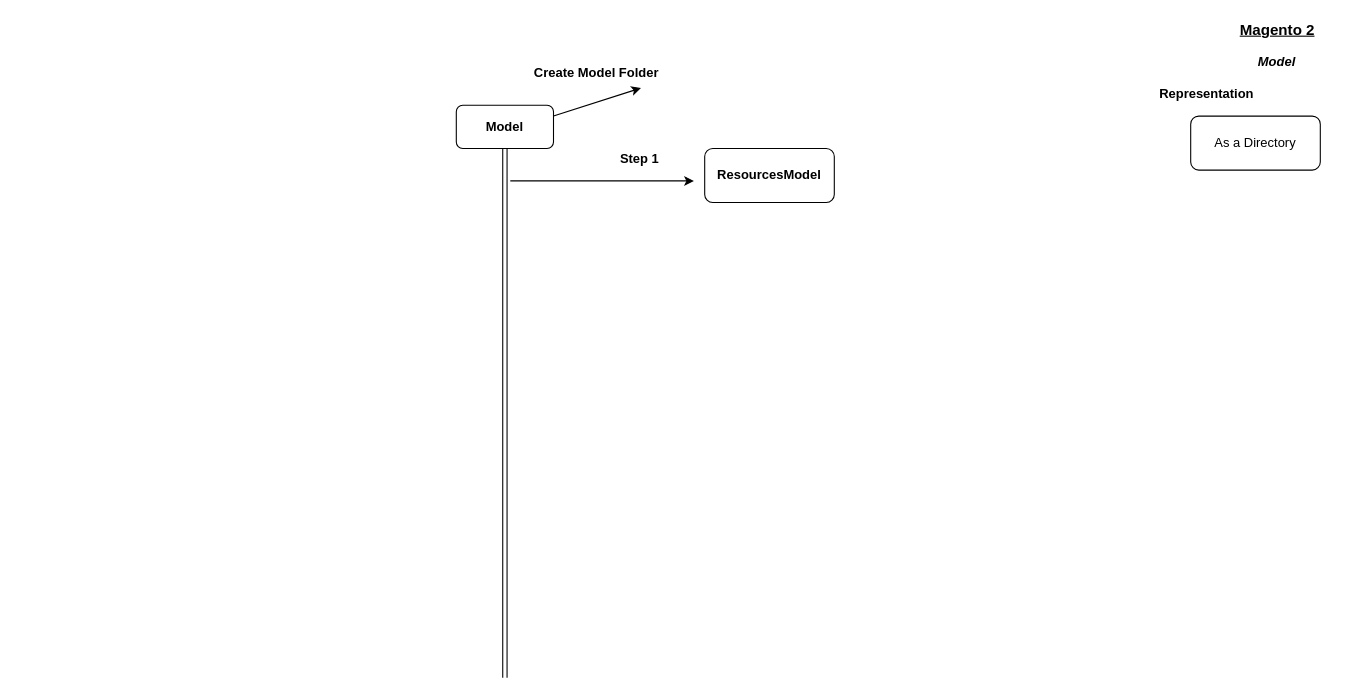
Earlier version of the draw.io diagram Module-Model.drawio (tikam512/M2-Graph-Modules). Source tidied: cells renumbered, new cells numbered last; positions are measured from the earlier drawing's top-left corner, leaving out a move shared by most shapes. Both pictures are drawn from the tidied source at 108%, with x=0, y=0 at pixel (456, 18).
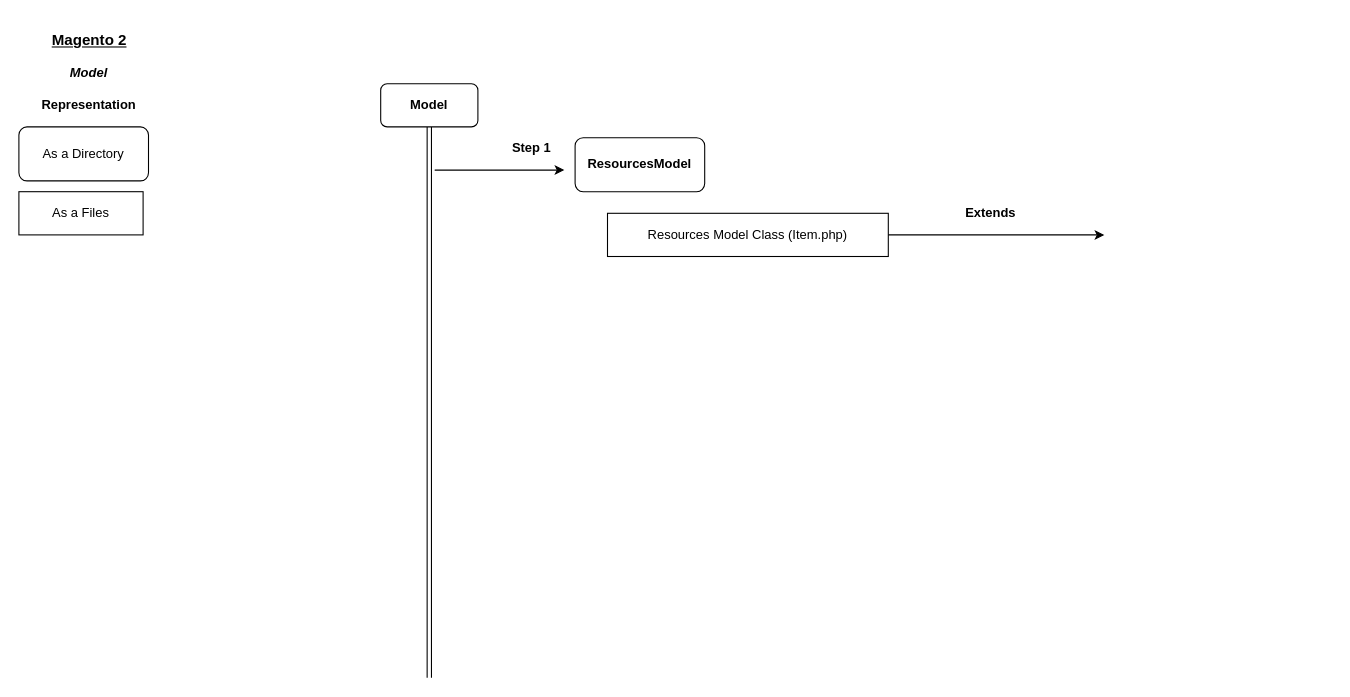
The same page after the edit.

The edit, as a diff of the source:
```diff
@@
 <mxGraphModel>
   <root>
     <mxCell id="0" />
     <mxCell id="1" parent="0" />
     <mxCell id="2" value="&lt;i&gt;&lt;b&gt;Model&lt;/b&gt;&lt;/i&gt;" style="text;html=1;strokeColor=none;fillColor=none;align=center;verticalAlign=middle;whiteSpace=wrap;rounded=0;" parent="1" vertex="1">
-      <mxGeometry x="740" y="30" width="40" height="20" as="geometry" />
+      <mxGeometry x="-360" y="40" width="40" height="20" as="geometry" />
     </mxCell>
     <mxCell id="3" value="&lt;div&gt;&lt;u&gt;&lt;font style=&quot;font-size: 14px&quot;&gt;&lt;b&gt;Magento 2&lt;/b&gt;&lt;/font&gt;&lt;/u&gt;&lt;/div&gt;" style="text;html=1;align=center;verticalAlign=middle;" parent="1" vertex="1">
-      <mxGeometry x="710" width="100" height="20" as="geometry" />
+      <mxGeometry x="-390" y="10" width="100" height="20" as="geometry" />
     </mxCell>
     <mxCell id="4" value="&lt;b&gt;Model&lt;/b&gt;" style="rounded=1;whiteSpace=wrap;html=1;" parent="1" vertex="1">
-      <mxGeometry y="80" width="90" height="40" as="geometry" />
+      <mxGeometry x="-70" y="60" width="90" height="40" as="geometry" />
     </mxCell>
     <mxCell id="5" style="shape=link;html=1;entryX=0.5;entryY=1;entryDx=0;entryDy=0;" parent="1" edge="1" target="4">
       <mxGeometry relative="1" as="geometry">
-        <mxPoint x="45" y="610" as="sourcePoint" />
+        <mxPoint x="-25" y="610" as="sourcePoint" />
       </mxGeometry>
     </mxCell>
     <mxCell id="6" style="endArrow=classic;html=1;" parent="1" edge="1">
       <mxGeometry relative="1" as="geometry">
-        <mxPoint x="50" y="150" as="sourcePoint" />
-        <mxPoint x="220" y="150" as="targetPoint" />
+        <mxPoint x="-20" y="140" as="sourcePoint" />
+        <mxPoint x="100" y="140" as="targetPoint" />
       </mxGeometry>
     </mxCell>
     <mxCell id="7" value="&lt;b&gt;Step 1&lt;/b&gt;" style="text;html=1;strokeColor=none;fillColor=none;align=center;verticalAlign=middle;whiteSpace=wrap;rounded=0;" parent="1" vertex="1">
-      <mxGeometry x="130" y="120" width="80" height="20" as="geometry" />
+      <mxGeometry x="30" y="110" width="80" height="20" as="geometry" />
     </mxCell>
-    <mxCell id="8" value="&lt;b&gt;Create Model Folder&lt;/b&gt;" style="text;html=1;strokeColor=none;fillColor=none;align=center;verticalAlign=middle;whiteSpace=wrap;rounded=0;" parent="1" vertex="1">
-      <mxGeometry x="30" y="40" width="200" height="20" as="geometry" />
-    </mxCell>
-    <mxCell id="9" style="endArrow=classic;html=1;entryX=0.705;entryY=1.2;entryDx=0;entryDy=0;entryPerimeter=0;exitX=1;exitY=0.25;exitDx=0;exitDy=0;" parent="1" edge="1" source="4" target="8">
-      <mxGeometry relative="1" as="geometry" />
-    </mxCell>
     <mxCell id="10" value="&lt;b&gt;ResourcesModel&lt;/b&gt;" style="rounded=1;whiteSpace=wrap;html=1;" parent="1" vertex="1">
-      <mxGeometry x="230" y="120" width="120" height="50" as="geometry" />
+      <mxGeometry x="110" y="110" width="120" height="50" as="geometry" />
     </mxCell>
     <mxCell id="11" style="edgeStyle=orthogonalEdgeStyle;rounded=0;orthogonalLoop=1;jettySize=auto;html=1;exitX=0.5;exitY=1;exitDx=0;exitDy=0;" parent="1" edge="1" source="10" target="10">
       <mxGeometry relative="1" as="geometry" />
     </mxCell>
     <mxCell id="12" value="&lt;b&gt;Representation&lt;/b&gt;" style="text;html=1;strokeColor=none;fillColor=none;align=center;verticalAlign=middle;whiteSpace=wrap;rounded=0;" parent="1" vertex="1">
-      <mxGeometry x="630" y="60" width="130" height="20" as="geometry" />
+      <mxGeometry x="-405" y="70" width="130" height="20" as="geometry" />
     </mxCell>
     <mxCell id="13" value="&lt;div&gt;As a Directory&lt;/div&gt;" style="rounded=1;whiteSpace=wrap;html=1;" parent="1" vertex="1">
-      <mxGeometry x="680" y="90" width="120" height="50" as="geometry" />
+      <mxGeometry x="-405" y="100" width="120" height="50" as="geometry" />
     </mxCell>
+    <mxCell id="14" value="Resources Model Class (Item.php)" style="rounded=0;whiteSpace=wrap;html=1;" parent="1" vertex="1">
+      <mxGeometry x="140" y="180" width="260" height="40" as="geometry" />
+    </mxCell>
+    <mxCell id="15" value="As a Files" style="rounded=0;whiteSpace=wrap;html=1;" parent="1" vertex="1">
+      <mxGeometry x="-405" y="160" width="115" height="40" as="geometry" />
+    </mxCell>
+    <mxCell id="16" style="endArrow=classic;html=1;exitX=1;exitY=0.5;exitDx=0;exitDy=0;" parent="1" edge="1" source="14">
+      <mxGeometry relative="1" as="geometry">
+        <mxPoint x="600" y="200" as="targetPoint" />
+      </mxGeometry>
+    </mxCell>
+    <mxCell id="17" value="&lt;b&gt;Extends&lt;/b&gt;" style="text;html=1;strokeColor=none;fillColor=none;align=center;verticalAlign=middle;whiteSpace=wrap;rounded=0;" parent="1" vertex="1">
+      <mxGeometry x="470" y="170" width="50" height="20" as="geometry" />
+    </mxCell>
   </root>
 </mxGraphModel>
```
